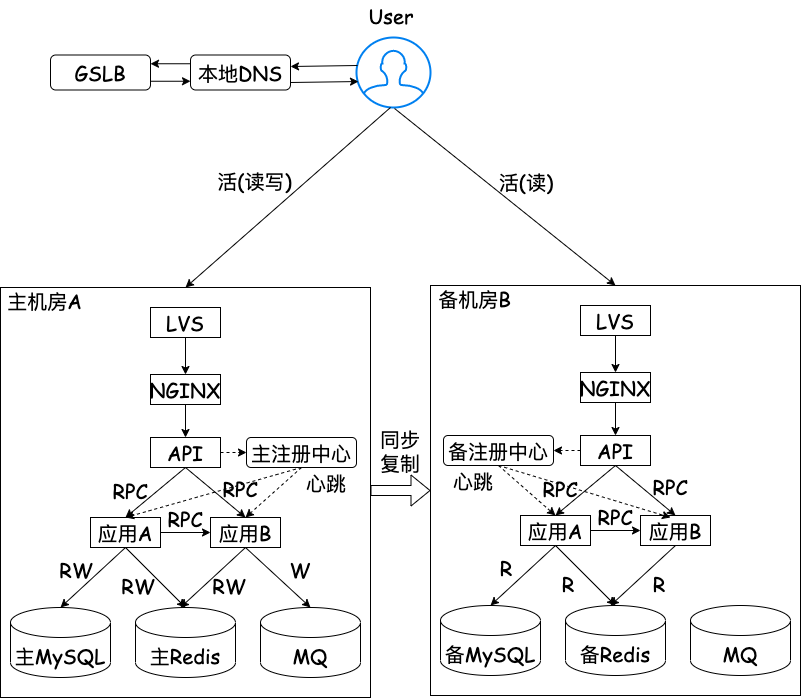
Above: content/posts/distributed/同城双活.png in mazikai002/mazikai002.github.io (draw.io), before the change. Source tidied: cells renumbered, new cells last; positions are measured from the earlier drawing's top-left corner, leaving out a move shared by most shapes.
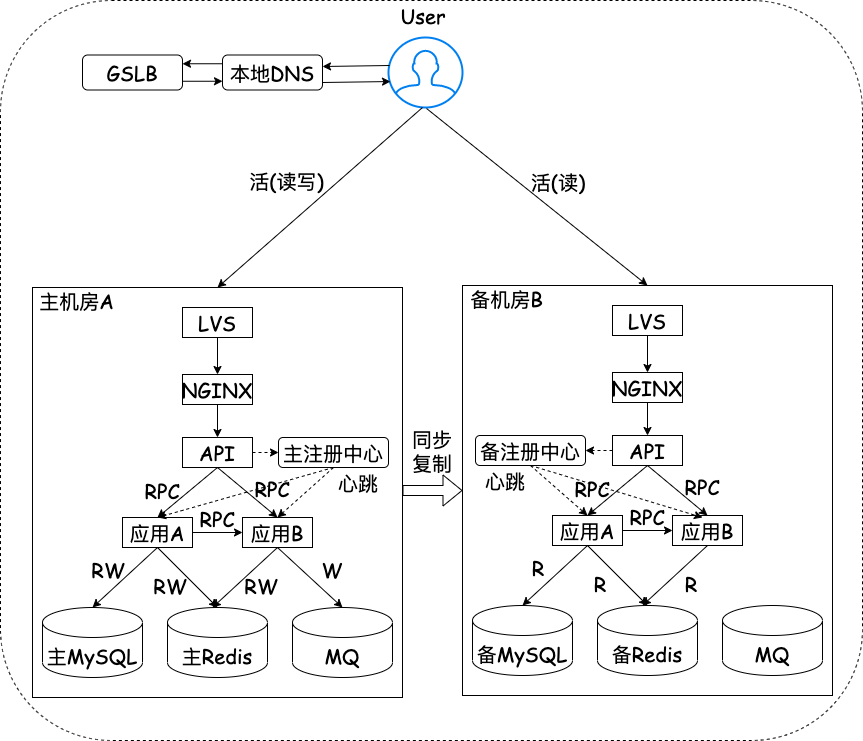
The same diagram one commit later.

Diff of the diagram source:
```diff
@@ -2,6 +2,9 @@
   <root>
     <mxCell id="0" />
     <mxCell id="1" parent="0" />
+    <mxCell id="74" style="rounded=1;whiteSpace=wrap;html=1;fontFamily=Comic Sans MS;fontSize=20;dashed=1;" parent="1" vertex="1">
+      <mxGeometry x="-32" width="862" height="740" as="geometry" />
+    </mxCell>
     <mxCell id="2" value="主机房A&amp;nbsp; &amp;nbsp; &amp;nbsp; &amp;nbsp; &amp;nbsp; &amp;nbsp; &amp;nbsp; &amp;nbsp; &amp;nbsp; &amp;nbsp; &amp;nbsp; &amp;nbsp; &amp;nbsp; &amp;nbsp; &amp;nbsp; &amp;nbsp; &amp;nbsp; &amp;nbsp; &amp;nbsp; &amp;nbsp; &amp;nbsp; &amp;nbsp; &amp;nbsp; &amp;nbsp;&lt;br&gt;&lt;br&gt;&lt;br&gt;&lt;br&gt;&lt;br&gt;&lt;br&gt;&lt;br&gt;&lt;br&gt;&lt;br&gt;&lt;br&gt;&lt;br&gt;&lt;br&gt;&lt;br&gt;&lt;br&gt;&lt;br&gt;&lt;br&gt;&lt;br&gt;" style="rounded=0;whiteSpace=wrap;html=1;fontFamily=Comic Sans MS;fontSize=20;" parent="1" vertex="1">
       <mxGeometry y="287" width="370" height="410" as="geometry" />
     </mxCell>
```
